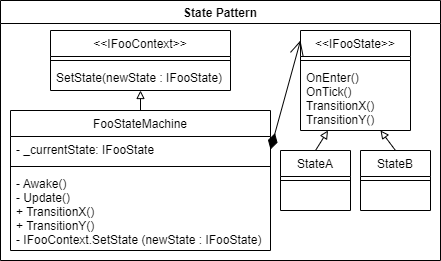
Above: Assets/StatePattern/StatePatternDiagram.png in Johnny-Connor/GameProgrammingPatterns (draw.io), before the change. Source tidied: cells renumbered, new cells last; positions are measured from the earlier drawing's top-left corner, leaving out a move shared by most shapes.
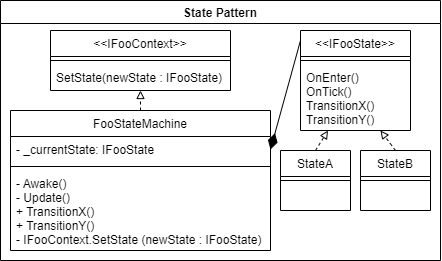
After the change.

The edit, as a diff of the source:
```diff
@@ -23,7 +23,7 @@
     <mxCell id="8" value="OnEnter()&#10;OnTick()&#10;TransitionX()&#10;TransitionY()" style="text;align=left;verticalAlign=top;spacingLeft=4;spacingRight=4;overflow=hidden;" parent="6" vertex="1">
       <mxGeometry y="34" width="110" height="56" as="geometry" />
     </mxCell>
-    <mxCell id="9" style="rounded=0;jettySize=auto;html=1;exitX=0.5;exitY=0;exitDx=0;exitDy=0;strokeColor=default;endArrow=block;endFill=0;" parent="1" edge="1" source="10">
+    <mxCell id="9" style="rounded=0;jettySize=auto;html=1;exitX=0.5;exitY=0;exitDx=0;exitDy=0;strokeColor=default;endArrow=block;endFill=0;dashed=1;" parent="1" edge="1" source="10">
       <mxGeometry relative="1" as="geometry">
         <mxPoint x="380" y="130" as="targetPoint" />
       </mxGeometry>
@@ -34,7 +34,7 @@
     <mxCell id="11" style="line;html=1;strokeWidth=1;align=left;verticalAlign=middle;spacingTop=-1;spacingLeft=3;spacingRight=3;labelPosition=right;" parent="10" vertex="1">
       <mxGeometry y="26" width="70" height="8" as="geometry" />
     </mxCell>
-    <mxCell id="12" style="rounded=0;jettySize=auto;html=1;exitX=0.5;exitY=0;exitDx=0;exitDy=0;entryX=0.25;entryY=1;entryDx=0;entryDy=0;endArrow=block;endFill=0;" parent="1" edge="1" source="13" target="6">
+    <mxCell id="12" style="rounded=0;jettySize=auto;html=1;exitX=0.5;exitY=0;exitDx=0;exitDy=0;entryX=0.25;entryY=1;entryDx=0;entryDy=0;endArrow=block;endFill=0;dashed=1;" parent="1" edge="1" source="13" target="6">
       <mxGeometry relative="1" as="geometry" />
     </mxCell>
     <mxCell id="13" value="StateA" style="swimlane;fontStyle=0;align=center;verticalAlign=top;horizontal=1;startSize=26;rounded=0;shadow=0;strokeWidth=1;" parent="1" vertex="1">
@@ -52,13 +52,13 @@
     <mxCell id="17" value="SetState(newState : IFooState)" style="text;align=left;verticalAlign=top;spacingLeft=4;spacingRight=4;overflow=hidden;" parent="15" vertex="1">
       <mxGeometry y="34" width="180" height="16" as="geometry" />
     </mxCell>
-    <mxCell id="18" style="rounded=0;jettySize=auto;html=1;exitX=0.5;exitY=0;exitDx=0;exitDy=0;endArrow=block;endFill=0;entryX=0.5;entryY=1;entryDx=0;entryDy=0;" parent="1" edge="1" source="2" target="15">
+    <mxCell id="18" style="rounded=0;jettySize=auto;html=1;exitX=0.5;exitY=0;exitDx=0;exitDy=0;endArrow=block;endFill=0;entryX=0.5;entryY=1;entryDx=0;entryDy=0;dashed=1;" parent="1" edge="1" source="2" target="15">
       <mxGeometry relative="1" as="geometry" />
     </mxCell>
     <mxCell id="19" value="State Pattern" style="swimlane;" parent="1" vertex="1">
       <mxGeometry width="440" height="260" as="geometry" />
     </mxCell>
-    <mxCell id="20" style="endArrow=open;html=1;endSize=12;startArrow=diamondThin;startSize=14;startFill=1;align=left;verticalAlign=bottom;rounded=0;strokeColor=default;exitX=1;exitY=0.5;exitDx=0;exitDy=0;" parent="1" edge="1" source="3">
+    <mxCell id="20" style="endArrow=none;html=1;endSize=12;startArrow=diamondThin;startSize=14;startFill=1;align=left;verticalAlign=bottom;rounded=0;strokeColor=default;exitX=1;exitY=0.5;exitDx=0;exitDy=0;endFill=0;" parent="1" edge="1" source="3">
       <mxGeometry x="-0.22" y="3" relative="1" as="geometry">
         <mxPoint x="300" y="40" as="targetPoint" />
       </mxGeometry>
```
